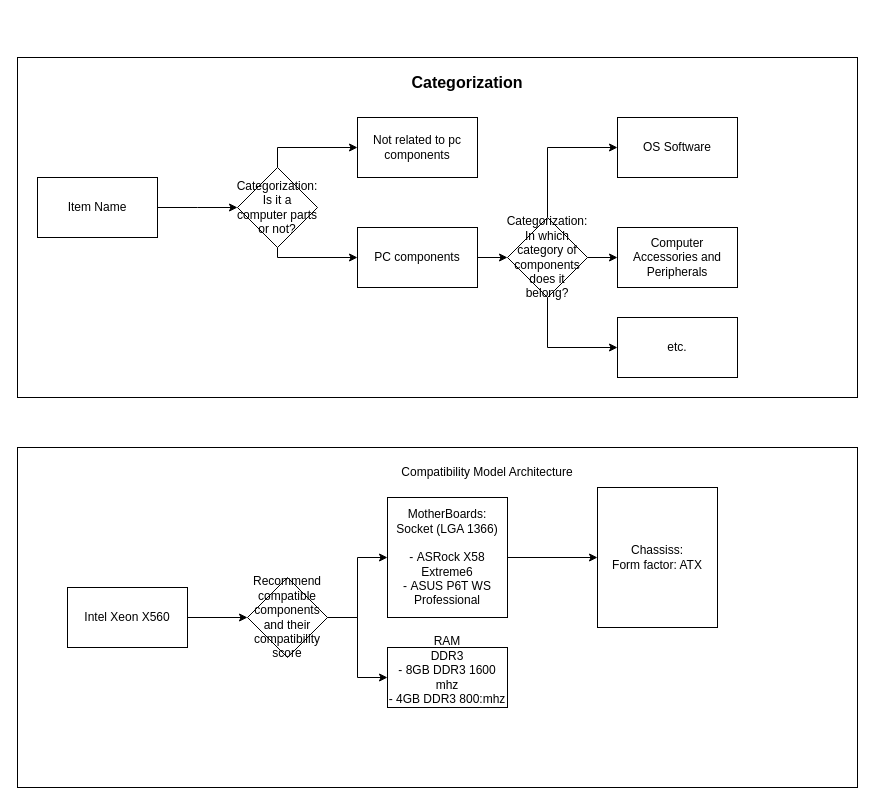
Before: Compatibility_Model.drawio in JVincentG/Neil_C, a draw.io diagram. Source tidied: cells renumbered, new cells numbered last; positions are measured from the earlier drawing's top-left corner, leaving out a move shared by most shapes. Both pictures are drawn from the tidied source at 100%, with x=0, y=0 at pixel (17, 57).
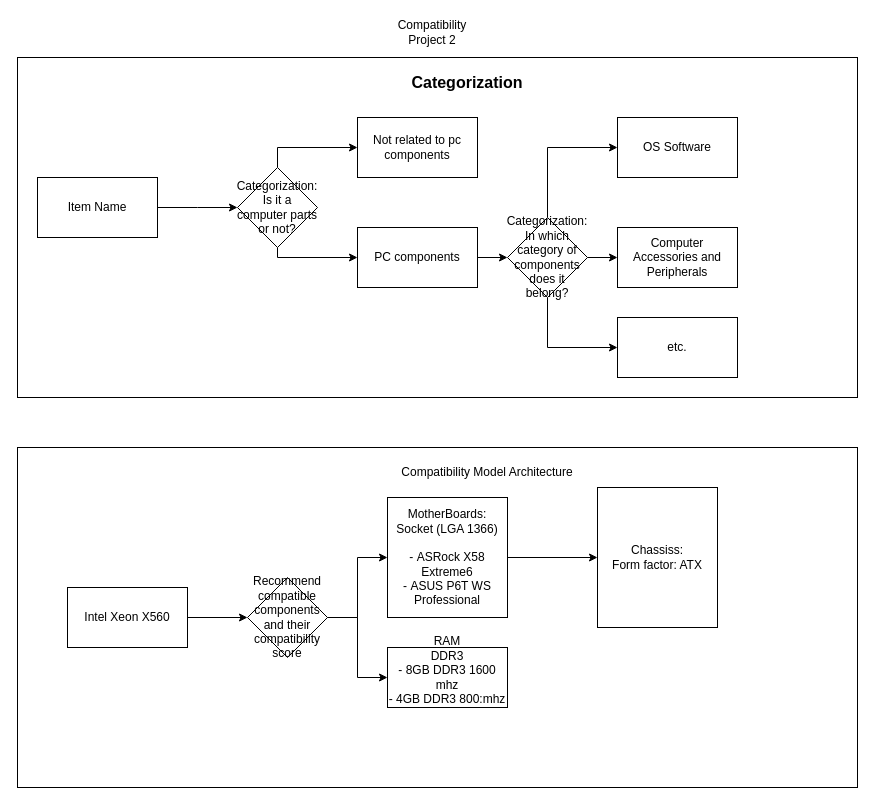
Above is the later version.

What changed in the source:
```diff
@@
+    <mxCell id="30" value="Compatibility Project 2" style="text;html=1;align=center;verticalAlign=middle;whiteSpace=wrap;rounded=0;" parent="1" vertex="1">
+      <mxGeometry x="385" y="-40" width="60" height="30" as="geometry" />
+    </mxCell>
```
